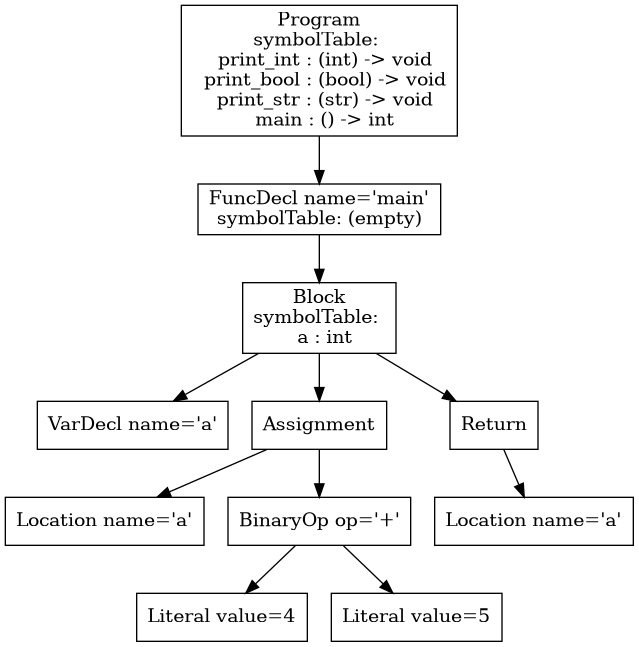
This is p3-analysis/tests/tree.png from purejerome/cs432_project, a Graphviz export, as it was before one commit. Its source is kept beside it as p3-analysis/tree.dot.
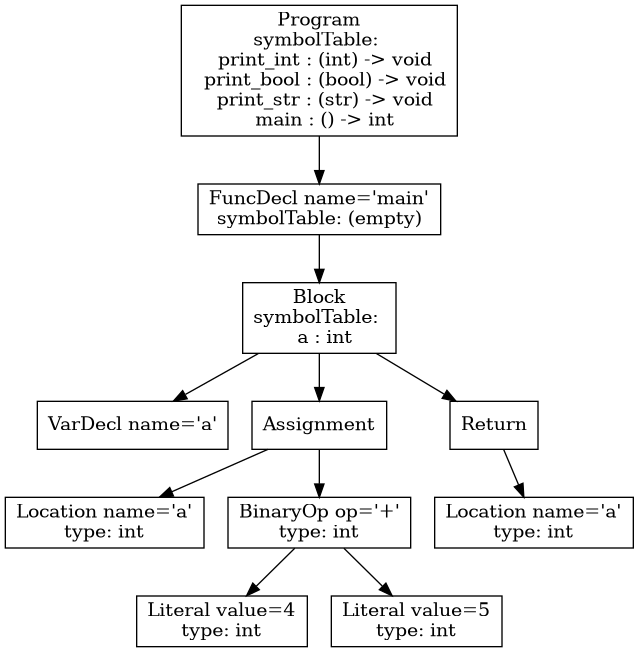
The same file after the commit.

The edit, as a diff of the source:
```diff
@@ -1,15 +1,21 @@
 digraph AST {
-5 [shape=box, label="Literal value=true\ntype: bool"];
-6 [shape=box, label="Literal value=true\ntype: bool"];
-4 [shape=box, label="BinaryOp op='||'\ntype: bool"];
-4 -> 5;
-4 -> 6;
-3 [shape=box, label="Return"];
+1 [shape=box, label="VarDecl name='a'"];
+4 [shape=box, label="VarDecl name='a'"];
+6 [shape=box, label="Literal value=1\ntype: int"];
+5 [shape=box, label="Return"];
+5 -> 6;
+3 [shape=box, label="Block\nsymbolTable: \n  a : int"];
 3 -> 4;
-2 [shape=box, label="Block\nsymbolTable: (empty)"];
+3 -> 5;
+2 [shape=box, label="FuncDecl name='main'\nsymbolTable: (empty)"];
 2 -> 3;
-1 [shape=box, label="FuncDecl name='main'\nsymbolTable: (empty)"];
-1 -> 2;
-0 [shape=box, label="Program\nsymbolTable: \n  print_int : (int) -> void\n  print_bool : (bool) -> void\n  print_str : (str) -> void\n  main : () -> int"];
+9 [shape=box, label="Return"];
+8 [shape=box, label="Block\nsymbolTable: (empty)"];
+8 -> 9;
+7 [shape=box, label="FuncDecl name='test'\nsymbolTable: (empty)"];
+7 -> 8;
+0 [shape=box, label="Program\nsymbolTable: \n  print_int : (int) -> void\n  print_bool : (bool) -> void\n  print_str : (str) -> void\n  main : () -> int\n  test : () -> void\n  a : int"];
 0 -> 1;
+0 -> 2;
+0 -> 7;
 }
```
